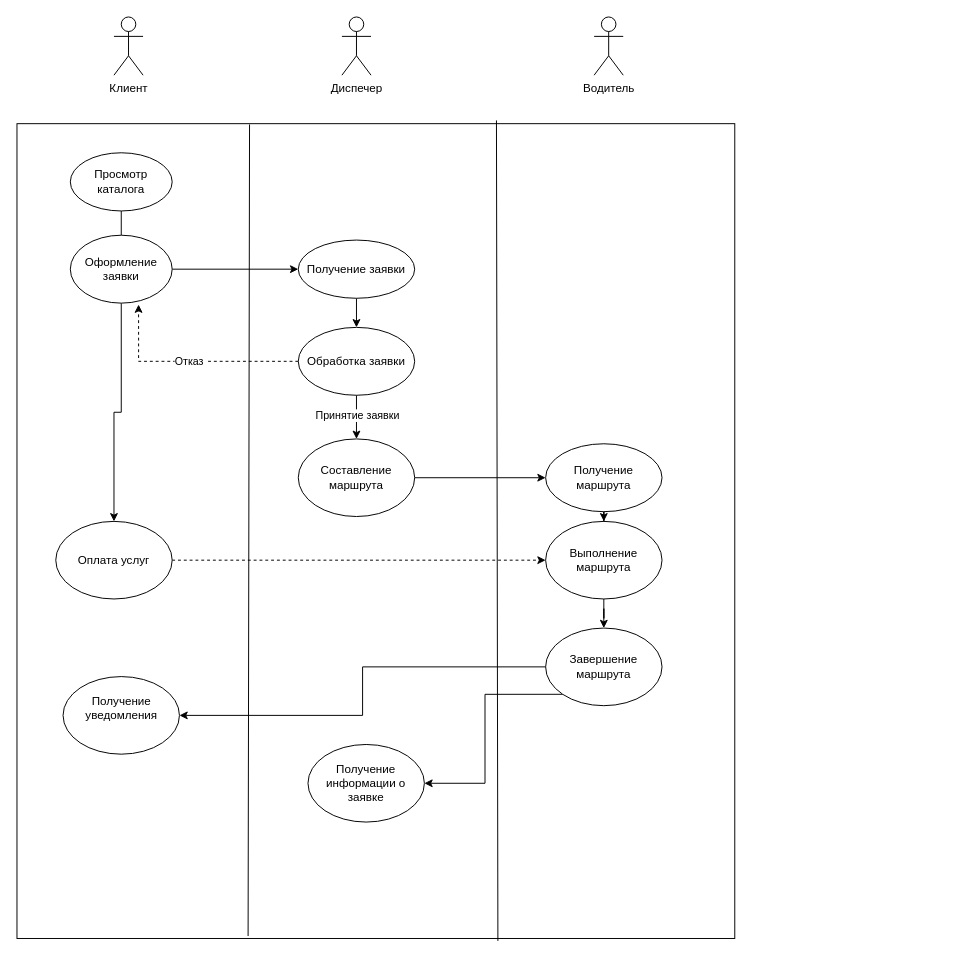
Before: page "Страница — 3" (3 of 4) of Диаграмма без названия.drawio in MOLLIP-merzota/-, a draw.io diagram. Source tidied: cells renumbered, new cells numbered last; positions are measured from the earlier drawing's top-left corner, leaving out a move shared by most shapes. Both pictures are drawn from the tidied source at 97%, with x=0, y=0 at pixel (16, 16).
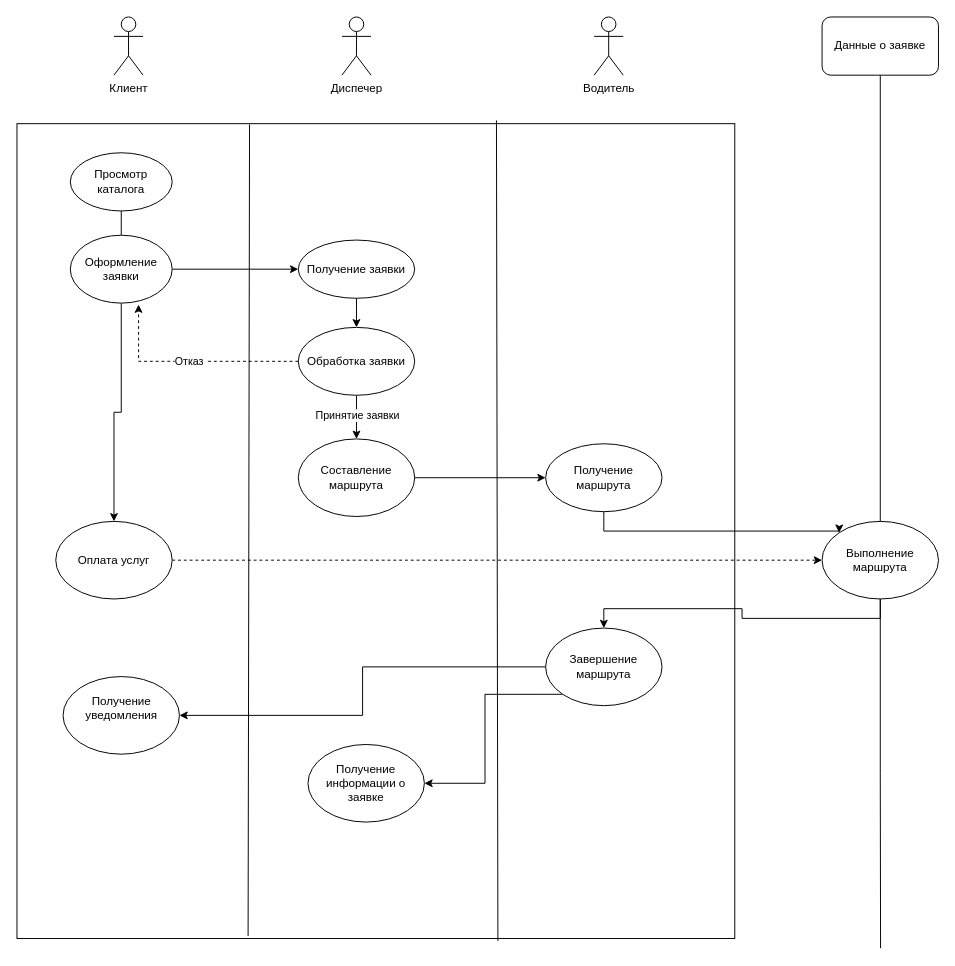
After the change.

The change refers to these unchanged cells:
```xml
<mxCell id="18" value="Получение маршрута" style="ellipse;whiteSpace=wrap;html=1;" parent="1" vertex="1">
  <mxGeometry x="545" y="440" width="120" height="70" as="geometry" />
</mxCell>
```

What changed in the source:
```diff
@@
-    <mxCell id="17" style="edgeStyle=orthogonalEdgeStyle;rounded=0;jettySize=auto;html=1;exitX=0.5;exitY=1;exitDx=0;exitDy=0;" parent="1" edge="1" source="18" target="20">
-      <mxGeometry relative="1" as="geometry" />
+    <mxCell id="17" style="edgeStyle=orthogonalEdgeStyle;rounded=0;jettySize=auto;html=1;exitX=0.5;exitY=1;exitDx=0;exitDy=0;entryX=0;entryY=0;entryDx=0;entryDy=0;" parent="1" edge="1" source="18" target="20">
+      <mxGeometry relative="1" as="geometry">
+        <Array as="points">
+          <mxPoint x="605" y="530" />
+          <mxPoint x="848" y="530" />
+        </Array>
+      </mxGeometry>
     </mxCell>
@@
+    <mxCell id="33" style="edgeStyle=orthogonalEdgeStyle;rounded=0;jettySize=auto;html=1;exitX=0.5;exitY=1;exitDx=0;exitDy=0;endArrow=none;startFill=0;" parent="1" edge="1" source="20">
+      <mxGeometry relative="1" as="geometry">
+        <mxPoint x="890.3" y="960" as="targetPoint" />
+      </mxGeometry>
+    </mxCell>
     <mxCell id="20" value="Выполнение маршрута" style="ellipse;whiteSpace=wrap;html=1;" parent="1" vertex="1">
-      <mxGeometry x="545" y="520" width="120" height="80" as="geometry" />
+      <mxGeometry x="830" y="520" width="120" height="80" as="geometry" />
     </mxCell>
@@
+    <mxCell id="34" style="edgeStyle=orthogonalEdgeStyle;rounded=0;jettySize=auto;html=1;exitX=0.5;exitY=1;exitDx=0;exitDy=0;entryX=0.5;entryY=0;entryDx=0;entryDy=0;endArrow=none;startFill=0;" parent="1" edge="1" source="35" target="20">
+      <mxGeometry relative="1" as="geometry" />
+    </mxCell>
+    <mxCell id="35" value="Данные о заявке" style="rounded=1;whiteSpace=wrap;html=1;" parent="1" vertex="1">
+      <mxGeometry x="830" width="120" height="60" as="geometry" />
+    </mxCell>
```
